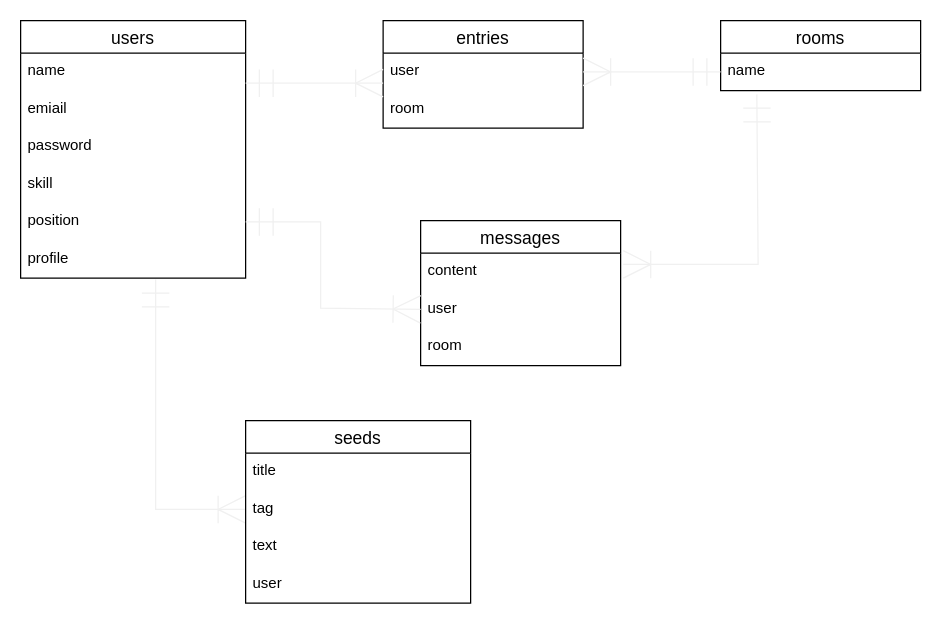
Earlier version of the draw.io diagram .dio (gen-ghub/Ideas). Source tidied: cells renumbered, new cells numbered last; positions are measured from the earlier drawing's top-left corner, leaving out a move shared by most shapes. Both pictures are drawn from the tidied source at 125%, with x=0, y=0 at pixel (20, 20).
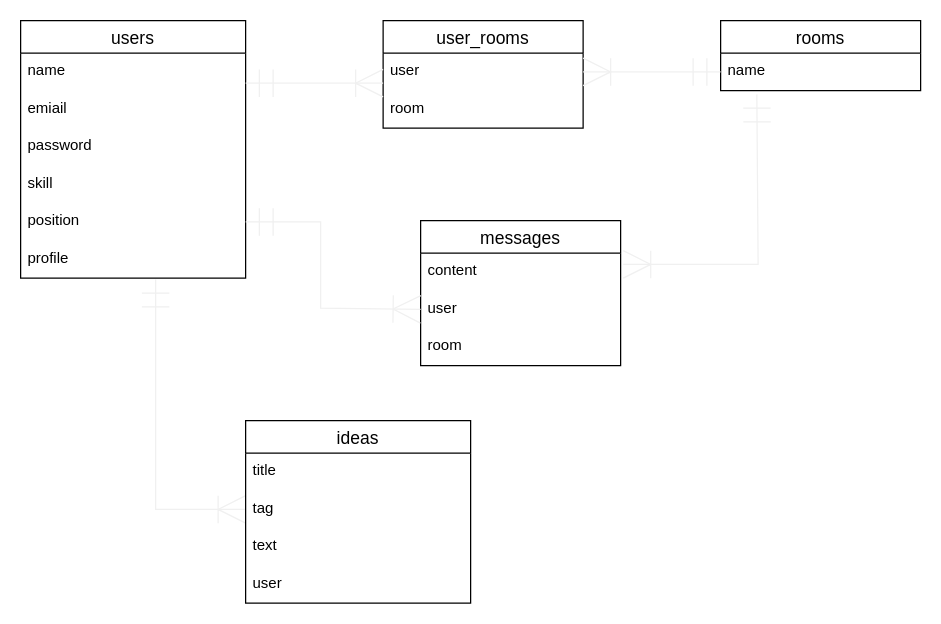
Above is the later version.

Commit message (it also covers changes not shown here):
DB設計の記述修正

Change to the diagram source:
```diff
@@
-    <mxCell id="11" value="entries" style="swimlane;fontStyle=0;horizontal=1;startSize=26;align=center;fontSize=14;" parent="1" vertex="1">
+    <mxCell id="11" value="user_rooms" style="swimlane;fontStyle=0;horizontal=1;startSize=26;align=center;fontSize=14;" parent="1" vertex="1">
       <mxGeometry x="290" width="160" height="86" as="geometry" />
     </mxCell>
@@
-    <mxCell id="17" value="seeds" style="swimlane;fontStyle=0;horizontal=1;startSize=26;align=center;fontSize=14;" parent="1" vertex="1">
+    <mxCell id="17" value="ideas" style="swimlane;fontStyle=0;horizontal=1;startSize=26;align=center;fontSize=14;" parent="1" vertex="1">
       <mxGeometry x="180" y="320" width="180" height="146" as="geometry" />
     </mxCell>
```
